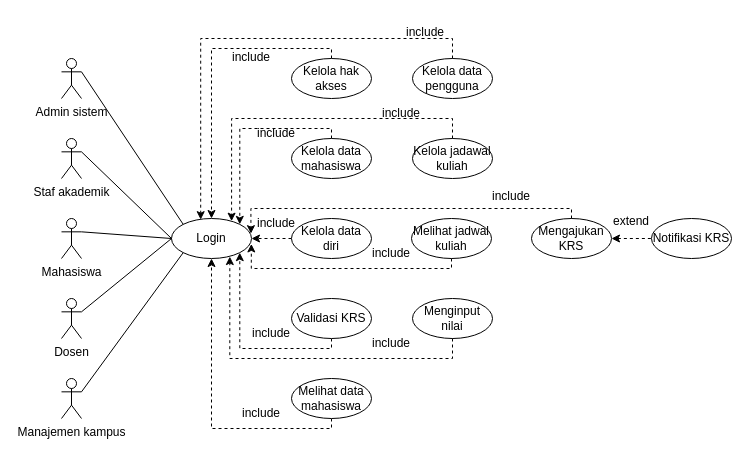
yogadwipayana/ERD keeps this draw.io diagram as Use Case SADS.drawio. Above is the earlier version. Source tidied: cells renumbered, new cells numbered last; positions are measured from the earlier drawing's top-left corner, leaving out a move shared by most shapes. Both pictures are drawn from the tidied source at 100%, with x=0, y=0 at pixel (61, 17).
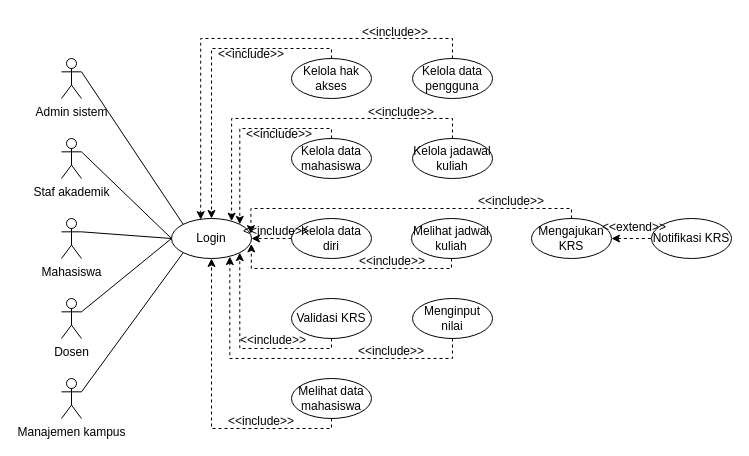
The same diagram, later.

The edit, as a diff of the source:
```diff
@@
-    <mxCell id="30" value="extend" style="text;html=1;whiteSpace=wrap;strokeColor=none;fillColor=none;align=center;verticalAlign=middle;rounded=0;" parent="1" vertex="1">
-      <mxGeometry x="540" y="189" width="60" height="30" as="geometry" />
+    <mxCell id="30" value="&amp;lt;&amp;lt;extend&amp;gt;&amp;gt;" style="text;html=1;whiteSpace=wrap;strokeColor=none;fillColor=none;align=center;verticalAlign=middle;rounded=0;" parent="1" vertex="1">
+      <mxGeometry x="543" y="195" width="60" height="30" as="geometry" />
     </mxCell>
-    <mxCell id="31" value="include" style="text;html=1;whiteSpace=wrap;strokeColor=none;fillColor=none;align=center;verticalAlign=middle;rounded=0;" parent="1" vertex="1">
-      <mxGeometry x="170" y="381" width="60" height="30" as="geometry" />
+    <mxCell id="31" value="&amp;lt;&amp;lt;include&amp;gt;&amp;gt;" style="text;html=1;whiteSpace=wrap;strokeColor=none;fillColor=none;align=center;verticalAlign=middle;rounded=0;" parent="1" vertex="1">
+      <mxGeometry x="170" y="389" width="60" height="30" as="geometry" />
     </mxCell>
@@
-    <mxCell id="33" value="include" style="text;html=1;whiteSpace=wrap;strokeColor=none;fillColor=none;align=center;verticalAlign=middle;rounded=0;" parent="1" vertex="1">
-      <mxGeometry x="300" y="311" width="60" height="30" as="geometry" />
+    <mxCell id="33" value="&amp;lt;&amp;lt;include&amp;gt;&amp;gt;" style="text;html=1;whiteSpace=wrap;strokeColor=none;fillColor=none;align=center;verticalAlign=middle;rounded=0;" parent="1" vertex="1">
+      <mxGeometry x="300" y="319" width="60" height="30" as="geometry" />
     </mxCell>
-    <mxCell id="34" value="include" style="text;html=1;whiteSpace=wrap;strokeColor=none;fillColor=none;align=center;verticalAlign=middle;rounded=0;" parent="1" vertex="1">
-      <mxGeometry x="180" y="301" width="60" height="30" as="geometry" />
+    <mxCell id="34" value="&amp;lt;&amp;lt;include&amp;gt;&amp;gt;" style="text;html=1;whiteSpace=wrap;strokeColor=none;fillColor=none;align=center;verticalAlign=middle;rounded=0;" parent="1" vertex="1">
+      <mxGeometry x="182" y="308" width="60" height="30" as="geometry" />
     </mxCell>
@@
-    <mxCell id="37" value="include" style="text;html=1;whiteSpace=wrap;strokeColor=none;fillColor=none;align=center;verticalAlign=middle;rounded=0;" parent="1" vertex="1">
-      <mxGeometry x="300" y="221" width="60" height="30" as="geometry" />
+    <mxCell id="37" value="&amp;lt;&amp;lt;include&amp;gt;&amp;gt;" style="text;html=1;whiteSpace=wrap;strokeColor=none;fillColor=none;align=center;verticalAlign=middle;rounded=0;" parent="1" vertex="1">
+      <mxGeometry x="301" y="229" width="60" height="30" as="geometry" />
     </mxCell>
-    <mxCell id="38" value="include" style="text;html=1;whiteSpace=wrap;strokeColor=none;fillColor=none;align=center;verticalAlign=middle;rounded=0;" parent="1" vertex="1">
-      <mxGeometry x="185" y="191" width="60" height="30" as="geometry" />
+    <mxCell id="38" value="&amp;lt;&amp;lt;include&amp;gt;&amp;gt;" style="text;html=1;whiteSpace=wrap;strokeColor=none;fillColor=none;align=center;verticalAlign=middle;rounded=0;" parent="1" vertex="1">
+      <mxGeometry x="185" y="199" width="60" height="30" as="geometry" />
     </mxCell>
-    <mxCell id="39" value="include" style="text;html=1;whiteSpace=wrap;strokeColor=none;fillColor=none;align=center;verticalAlign=middle;rounded=0;" parent="1" vertex="1">
-      <mxGeometry x="420" y="164" width="60" height="30" as="geometry" />
+    <mxCell id="39" value="&amp;lt;&amp;lt;include&amp;gt;&amp;gt;" style="text;html=1;whiteSpace=wrap;strokeColor=none;fillColor=none;align=center;verticalAlign=middle;rounded=0;" parent="1" vertex="1">
+      <mxGeometry x="420" y="169" width="60" height="30" as="geometry" />
     </mxCell>
@@
-    <mxCell id="42" value="include" style="text;html=1;whiteSpace=wrap;strokeColor=none;fillColor=none;align=center;verticalAlign=middle;rounded=0;" parent="1" vertex="1">
-      <mxGeometry x="310" y="81" width="60" height="30" as="geometry" />
+    <mxCell id="42" value="&amp;lt;&amp;lt;include&amp;gt;&amp;gt;" style="text;html=1;whiteSpace=wrap;strokeColor=none;fillColor=none;align=center;verticalAlign=middle;rounded=0;" parent="1" vertex="1">
+      <mxGeometry x="310" y="80" width="60" height="30" as="geometry" />
     </mxCell>
-    <mxCell id="43" value="include" style="text;html=1;whiteSpace=wrap;strokeColor=none;fillColor=none;align=center;verticalAlign=middle;rounded=0;" parent="1" vertex="1">
-      <mxGeometry x="185" y="101" width="60" height="30" as="geometry" />
+    <mxCell id="43" value="&amp;lt;&amp;lt;include&amp;gt;&amp;gt;" style="text;html=1;whiteSpace=wrap;strokeColor=none;fillColor=none;align=center;verticalAlign=middle;rounded=0;" parent="1" vertex="1">
+      <mxGeometry x="188" y="102" width="60" height="30" as="geometry" />
     </mxCell>
-    <mxCell id="44" value="include" style="text;html=1;whiteSpace=wrap;strokeColor=none;fillColor=none;align=center;verticalAlign=middle;rounded=0;" parent="1" vertex="1">
-      <mxGeometry x="334" width="60" height="30" as="geometry" />
+    <mxCell id="44" value="&amp;lt;&amp;lt;include&amp;gt;&amp;gt;" style="text;html=1;whiteSpace=wrap;strokeColor=none;fillColor=none;align=center;verticalAlign=middle;rounded=0;" parent="1" vertex="1">
+      <mxGeometry x="304" width="60" height="30" as="geometry" />
     </mxCell>
-    <mxCell id="45" value="include" style="text;html=1;whiteSpace=wrap;strokeColor=none;fillColor=none;align=center;verticalAlign=middle;rounded=0;" parent="1" vertex="1">
-      <mxGeometry x="160" y="25" width="60" height="30" as="geometry" />
+    <mxCell id="45" value="&amp;lt;&amp;lt;include&amp;gt;&amp;gt;" style="text;html=1;whiteSpace=wrap;strokeColor=none;fillColor=none;align=center;verticalAlign=middle;rounded=0;" parent="1" vertex="1">
+      <mxGeometry x="160" y="22" width="60" height="30" as="geometry" />
     </mxCell>
```
